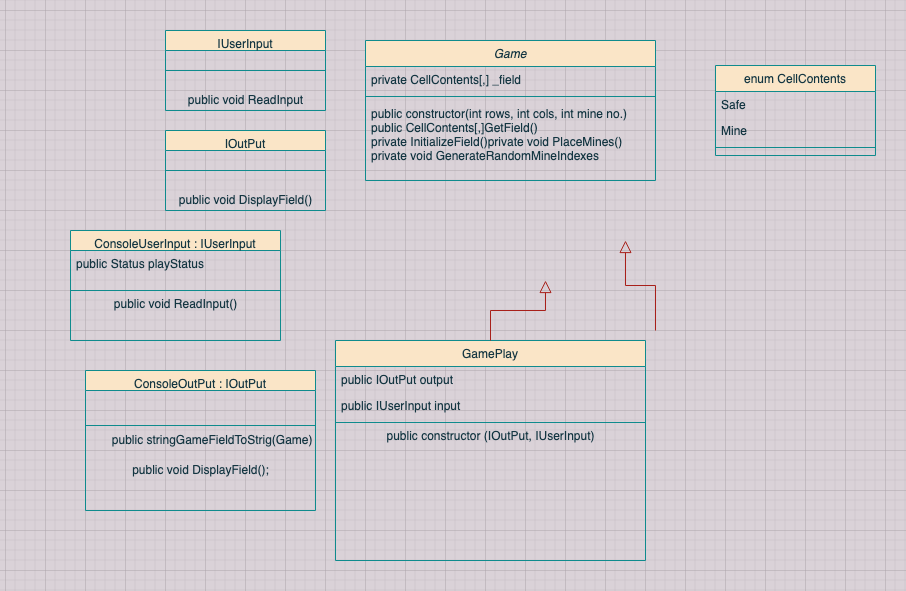
The draw.io diagram docs/ClassDiagram.png in GorginZ/MineSweeper, before a commit. Source tidied: cells renumbered, new cells last; positions are measured from the earlier drawing's top-left corner, leaving out a move shared by most shapes.
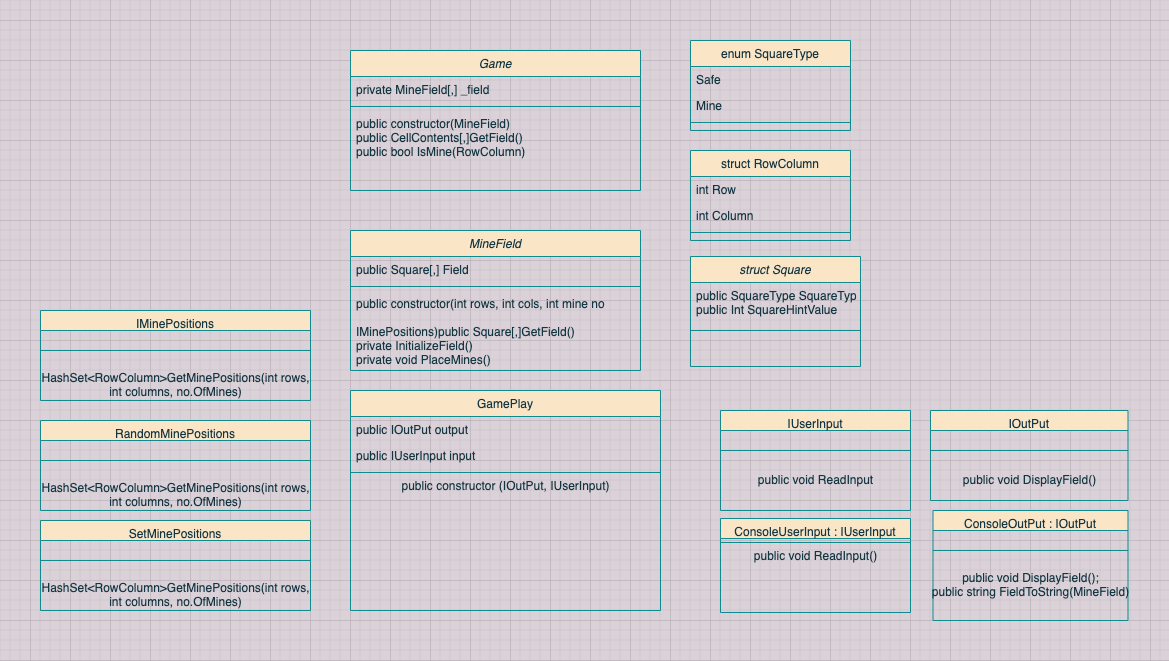
The same diagram one commit later.

Change to the diagram source:
```diff
@@ -2,97 +2,140 @@
   <root>
     <mxCell id="0" />
     <mxCell id="1" parent="0" />
-    <mxCell id="2" value="Game" style="swimlane;fontStyle=2;align=center;verticalAlign=top;horizontal=1;startSize=26;rounded=0;shadow=0;strokeWidth=1;fillColor=#FAE5C7;strokeColor=#0F8B8D;fontColor=#143642;" parent="1" vertex="1">
-      <mxGeometry x="335" y="10" width="290" height="140" as="geometry" />
+    <mxCell id="2" value="Game" style="swimlane;fontStyle=2;align=center;verticalAlign=top;horizontal=1;startSize=26;shadow=0;strokeWidth=1;strokeColor=#0F8B8D;fontColor=#143642;fillColor=#FAE5C7;" parent="1" vertex="1">
+      <mxGeometry x="375" y="10" width="290" height="140" as="geometry" />
     </mxCell>
-    <mxCell id="3" value="private CellContents[,] _field" style="text;align=left;verticalAlign=top;spacingLeft=4;spacingRight=4;overflow=hidden;fontColor=#143642;" parent="2" vertex="1">
+    <mxCell id="3" value="private MineField[,] _field" style="text;align=left;verticalAlign=top;spacingLeft=4;spacingRight=4;overflow=hidden;fontColor=#143642;" parent="2" vertex="1">
       <mxGeometry y="26" width="290" height="26" as="geometry" />
     </mxCell>
-    <mxCell id="4" style="line;html=1;strokeWidth=1;align=left;verticalAlign=middle;spacingTop=-1;spacingLeft=3;spacingRight=3;labelPosition=right;labelBackgroundColor=#DAD2D8;fillColor=#FAE5C7;strokeColor=#0F8B8D;fontColor=#143642;" parent="2" vertex="1">
+    <mxCell id="4" style="line;html=1;strokeWidth=1;align=left;verticalAlign=middle;spacingTop=-1;spacingLeft=3;spacingRight=3;labelPosition=right;fillColor=#FAE5C7;strokeColor=#0F8B8D;fontColor=#143642;labelBackgroundColor=#DAD2D8;" parent="2" vertex="1">
       <mxGeometry y="52" width="290" height="8" as="geometry" />
     </mxCell>
-    <mxCell id="5" value="public constructor(int rows, int cols, int mine no.)&#10;public CellContents[,]GetField()&#10;private InitializeField()private void PlaceMines()&#10;private void GenerateRandomMineIndexes&#10;" style="text;align=left;verticalAlign=top;spacingLeft=4;spacingRight=4;overflow=hidden;fontColor=#143642;" parent="2" vertex="1">
-      <mxGeometry y="60" width="290" height="80" as="geometry" />
+    <mxCell id="5" value="public constructor(MineField)&#10;public CellContents[,]GetField()&#10;public bool IsMine(RowColumn)&#10;" style="text;align=left;verticalAlign=top;spacingLeft=4;spacingRight=4;overflow=hidden;fontColor=#143642;" parent="2" vertex="1">
+      <mxGeometry y="60" width="290" height="50" as="geometry" />
     </mxCell>
-    <mxCell id="6" value="GamePlay" style="swimlane;fontStyle=0;align=center;verticalAlign=top;horizontal=1;startSize=26;rounded=0;shadow=0;strokeWidth=1;fillColor=#FAE5C7;strokeColor=#0F8B8D;fontColor=#143642;" parent="1" vertex="1">
-      <mxGeometry x="305" y="310" width="310" height="220" as="geometry" />
-    </mxCell>
-    <mxCell id="7" value="public IOutPut output" style="text;align=left;verticalAlign=top;spacingLeft=4;spacingRight=4;overflow=hidden;fontColor=#143642;" parent="6" vertex="1">
-      <mxGeometry y="26" width="310" height="26" as="geometry" />
-    </mxCell>
-    <mxCell id="8" value="public IUserInput input" style="text;align=left;verticalAlign=top;spacingLeft=4;spacingRight=4;overflow=hidden;rounded=0;shadow=0;html=0;fontColor=#143642;" parent="6" vertex="1">
-      <mxGeometry y="52" width="310" height="26" as="geometry" />
-    </mxCell>
-    <mxCell id="9" style="line;html=1;strokeWidth=1;align=left;verticalAlign=middle;spacingTop=-1;spacingLeft=3;spacingRight=3;labelPosition=right;labelBackgroundColor=#DAD2D8;fillColor=#FAE5C7;strokeColor=#0F8B8D;fontColor=#143642;" parent="6" vertex="1">
-      <mxGeometry y="78" width="310" height="8" as="geometry" />
-    </mxCell>
-    <mxCell id="10" value="public constructor (IOutPut, IUserInput)" style="text;html=1;align=center;verticalAlign=middle;fontColor=#143642;" parent="6" vertex="1">
-      <mxGeometry y="86" width="310" height="20" as="geometry" />
-    </mxCell>
-    <mxCell id="11" style="endArrow=block;endSize=10;endFill=0;shadow=0;strokeWidth=1;rounded=0;edgeStyle=elbowEdgeStyle;elbow=vertical;labelBackgroundColor=#DAD2D8;strokeColor=#A8201A;fontColor=#143642;" parent="1" edge="1" source="6">
-      <mxGeometry relative="1" as="geometry">
-        <mxPoint x="515" y="250" as="targetPoint" />
-      </mxGeometry>
-    </mxCell>
-    <mxCell id="12" style="endArrow=block;endSize=10;endFill=0;shadow=0;strokeWidth=1;rounded=0;edgeStyle=elbowEdgeStyle;elbow=vertical;labelBackgroundColor=#DAD2D8;strokeColor=#A8201A;fontColor=#143642;" parent="1" edge="1">
-      <mxGeometry relative="1" as="geometry">
-        <mxPoint x="625" y="300" as="sourcePoint" />
-        <mxPoint x="595" y="210" as="targetPoint" />
-      </mxGeometry>
-    </mxCell>
-    <mxCell id="13" value="enum CellContents" style="swimlane;fontStyle=0;align=center;verticalAlign=top;horizontal=1;startSize=26;rounded=0;shadow=0;strokeWidth=1;fillColor=#FAE5C7;strokeColor=#0F8B8D;fontColor=#143642;" parent="1" vertex="1">
-      <mxGeometry x="685" y="35" width="160" height="90" as="geometry" />
+    <mxCell id="13" value="enum SquareType" style="swimlane;fontStyle=0;align=center;verticalAlign=top;horizontal=1;startSize=26;shadow=0;strokeWidth=1;strokeColor=#0F8B8D;fontColor=#143642;fillColor=#FAE5C7;" parent="1" vertex="1">
+      <mxGeometry x="715" width="160" height="90" as="geometry" />
     </mxCell>
     <mxCell id="14" value="Safe" style="text;align=left;verticalAlign=top;spacingLeft=4;spacingRight=4;overflow=hidden;fontColor=#143642;" parent="13" vertex="1">
       <mxGeometry y="26" width="160" height="26" as="geometry" />
     </mxCell>
-    <mxCell id="15" value="Mine" style="text;align=left;verticalAlign=top;spacingLeft=4;spacingRight=4;overflow=hidden;rounded=0;shadow=0;html=0;fontColor=#143642;" parent="13" vertex="1">
+    <mxCell id="15" value="Mine" style="text;align=left;verticalAlign=top;spacingLeft=4;spacingRight=4;overflow=hidden;shadow=0;html=0;fontColor=#143642;" parent="13" vertex="1">
       <mxGeometry y="52" width="160" height="26" as="geometry" />
     </mxCell>
-    <mxCell id="16" style="line;html=1;strokeWidth=1;align=left;verticalAlign=middle;spacingTop=-1;spacingLeft=3;spacingRight=3;labelPosition=right;labelBackgroundColor=#DAD2D8;fillColor=#FAE5C7;strokeColor=#0F8B8D;fontColor=#143642;" parent="13" vertex="1">
+    <mxCell id="16" style="line;html=1;strokeWidth=1;align=left;verticalAlign=middle;spacingTop=-1;spacingLeft=3;spacingRight=3;labelPosition=right;fillColor=#FAE5C7;strokeColor=#0F8B8D;fontColor=#143642;labelBackgroundColor=#DAD2D8;" parent="13" vertex="1">
       <mxGeometry y="78" width="160" height="8" as="geometry" />
     </mxCell>
-    <mxCell id="17" value="IOutPut" style="swimlane;fontStyle=0;align=center;verticalAlign=top;horizontal=1;startSize=20;rounded=0;shadow=0;strokeWidth=1;fillColor=#FAE5C7;strokeColor=#0F8B8D;fontColor=#143642;" parent="1" vertex="1">
-      <mxGeometry x="135" y="100" width="160" height="80" as="geometry" />
+    <mxCell id="17" value="IOutPut" style="swimlane;fontStyle=0;align=center;verticalAlign=top;horizontal=1;startSize=20;shadow=0;strokeWidth=1;strokeColor=#0F8B8D;fontColor=#143642;fillColor=#FAE5C7;" parent="1" vertex="1">
+      <mxGeometry x="955" y="370" width="197.5" height="90" as="geometry" />
     </mxCell>
-    <mxCell id="18" style="line;html=1;strokeWidth=1;align=left;verticalAlign=middle;spacingTop=-1;spacingLeft=3;spacingRight=3;labelPosition=right;labelBackgroundColor=#DAD2D8;fillColor=#FAE5C7;strokeColor=#0F8B8D;fontColor=#143642;" parent="17" vertex="1">
-      <mxGeometry y="20" width="160" height="40" as="geometry" />
+    <mxCell id="18" style="line;html=1;strokeWidth=1;align=left;verticalAlign=middle;spacingTop=-1;spacingLeft=3;spacingRight=3;labelPosition=right;fillColor=#FAE5C7;strokeColor=#0F8B8D;fontColor=#143642;labelBackgroundColor=#DAD2D8;" parent="17" vertex="1">
+      <mxGeometry y="20" width="197.5" height="40" as="geometry" />
     </mxCell>
     <mxCell id="19" value="public void DisplayField()" style="text;html=1;align=center;verticalAlign=middle;fontColor=#143642;" parent="17" vertex="1">
-      <mxGeometry y="60" width="160" height="20" as="geometry" />
+      <mxGeometry y="60" width="197.5" height="20" as="geometry" />
     </mxCell>
-    <mxCell id="20" value="IUserInput" style="swimlane;fontStyle=0;align=center;verticalAlign=top;horizontal=1;startSize=20;rounded=0;shadow=0;strokeWidth=1;fillColor=#FAE5C7;strokeColor=#0F8B8D;fontColor=#143642;" parent="1" vertex="1">
-      <mxGeometry x="135" width="160" height="80" as="geometry" />
+    <mxCell id="20" value="IUserInput" style="swimlane;fontStyle=0;align=center;verticalAlign=top;horizontal=1;startSize=20;shadow=0;strokeWidth=1;strokeColor=#0F8B8D;fontColor=#143642;fillColor=#FAE5C7;" parent="1" vertex="1">
+      <mxGeometry x="745" y="370" width="190" height="100" as="geometry" />
     </mxCell>
-    <mxCell id="21" style="line;html=1;strokeWidth=1;align=left;verticalAlign=middle;spacingTop=-1;spacingLeft=3;spacingRight=3;labelPosition=right;labelBackgroundColor=#DAD2D8;fillColor=#FAE5C7;strokeColor=#0F8B8D;fontColor=#143642;" parent="20" vertex="1">
-      <mxGeometry y="20" width="160" height="40" as="geometry" />
+    <mxCell id="21" style="line;html=1;strokeWidth=1;align=left;verticalAlign=middle;spacingTop=-1;spacingLeft=3;spacingRight=3;labelPosition=right;fillColor=#FAE5C7;strokeColor=#0F8B8D;fontColor=#143642;labelBackgroundColor=#DAD2D8;" parent="20" vertex="1">
+      <mxGeometry y="20" width="190" height="40" as="geometry" />
     </mxCell>
     <mxCell id="22" value="public void ReadInput" style="text;html=1;align=center;verticalAlign=middle;fontColor=#143642;" parent="20" vertex="1">
-      <mxGeometry y="60" width="160" height="20" as="geometry" />
+      <mxGeometry y="60" width="190" height="20" as="geometry" />
     </mxCell>
-    <mxCell id="23" value="ConsoleUserInput : IUserInput" style="swimlane;fontStyle=0;align=center;verticalAlign=top;horizontal=1;startSize=20;rounded=0;shadow=0;strokeWidth=1;fillColor=#FAE5C7;strokeColor=#0F8B8D;fontColor=#143642;" parent="1" vertex="1">
-      <mxGeometry x="40" y="200" width="210" height="110" as="geometry" />
+    <mxCell id="23" value="ConsoleUserInput : IUserInput" style="swimlane;fontStyle=0;align=center;verticalAlign=top;horizontal=1;startSize=20;shadow=0;strokeWidth=1;strokeColor=#0F8B8D;fontColor=#143642;fillColor=#FAE5C7;" parent="1" vertex="1">
+      <mxGeometry x="745" y="478" width="190" height="94" as="geometry" />
     </mxCell>
-    <mxCell id="24" value="public Status playStatus" style="text;align=left;verticalAlign=top;spacingLeft=4;spacingRight=4;overflow=hidden;fontColor=#143642;" parent="23" vertex="1">
-      <mxGeometry y="20" width="210" height="36" as="geometry" />
-    </mxCell>
-    <mxCell id="25" style="line;html=1;strokeWidth=1;align=left;verticalAlign=middle;spacingTop=-1;spacingLeft=3;spacingRight=3;labelPosition=right;labelBackgroundColor=#DAD2D8;fillColor=#FAE5C7;strokeColor=#0F8B8D;fontColor=#143642;" parent="23" vertex="1">
-      <mxGeometry y="56" width="210" height="8" as="geometry" />
+    <mxCell id="25" style="line;html=1;strokeWidth=1;align=left;verticalAlign=middle;spacingTop=-1;spacingLeft=3;spacingRight=3;labelPosition=right;fillColor=#FAE5C7;strokeColor=#0F8B8D;fontColor=#143642;labelBackgroundColor=#DAD2D8;" parent="23" vertex="1">
+      <mxGeometry y="20" width="190" height="8" as="geometry" />
     </mxCell>
     <mxCell id="26" value="public void ReadInput()" style="text;html=1;align=center;verticalAlign=middle;fontColor=#143642;" parent="23" vertex="1">
-      <mxGeometry y="64" width="210" height="20" as="geometry" />
+      <mxGeometry y="28" width="190" height="20" as="geometry" />
     </mxCell>
-    <mxCell id="27" value="ConsoleOutPut : IOutPut" style="swimlane;fontStyle=0;align=center;verticalAlign=top;horizontal=1;startSize=20;rounded=0;shadow=0;strokeWidth=1;fillColor=#FAE5C7;strokeColor=#0F8B8D;fontColor=#143642;" parent="1" vertex="1">
-      <mxGeometry x="55" y="340" width="230" height="140" as="geometry" />
+    <mxCell id="27" value="ConsoleOutPut : IOutPut" style="swimlane;fontStyle=0;align=center;verticalAlign=top;horizontal=1;startSize=20;shadow=0;strokeWidth=1;strokeColor=#0F8B8D;fontColor=#143642;fillColor=#FAE5C7;" parent="1" vertex="1">
+      <mxGeometry x="957.5" y="470" width="195" height="110" as="geometry" />
     </mxCell>
-    <mxCell id="28" style="line;html=1;strokeWidth=1;align=left;verticalAlign=middle;spacingTop=-1;spacingLeft=3;spacingRight=3;labelPosition=right;labelBackgroundColor=#DAD2D8;fillColor=#FAE5C7;strokeColor=#0F8B8D;fontColor=#143642;" parent="27" vertex="1">
-      <mxGeometry y="20" width="230" height="70" as="geometry" />
+    <mxCell id="28" style="line;html=1;strokeWidth=1;align=left;verticalAlign=middle;spacingTop=-1;spacingLeft=3;spacingRight=3;labelPosition=right;fillColor=#FAE5C7;strokeColor=#0F8B8D;fontColor=#143642;labelBackgroundColor=#DAD2D8;" parent="27" vertex="1">
+      <mxGeometry y="20" width="195" height="40" as="geometry" />
     </mxCell>
-    <mxCell id="29" value="public void DisplayField();" style="text;html=1;align=center;verticalAlign=middle;fontColor=#143642;" parent="27" vertex="1">
-      <mxGeometry y="90" width="230" height="20" as="geometry" />
+    <mxCell id="29" value="&lt;div&gt;public void DisplayField();&lt;/div&gt;&lt;div&gt;public string FieldToString(MineField)&lt;br&gt;&lt;/div&gt;" style="text;html=1;align=center;verticalAlign=middle;fontColor=#143642;" parent="27" vertex="1">
+      <mxGeometry y="60" width="195" height="30" as="geometry" />
     </mxCell>
-    <mxCell id="30" value="&amp;nbsp;&amp;nbsp;&amp;nbsp;&amp;nbsp;&amp;nbsp;&amp;nbsp;&amp;nbsp;&amp;nbsp;&amp;nbsp;&amp;nbsp;&amp;nbsp;&amp;nbsp;&amp;nbsp;&amp;nbsp;&amp;nbsp;&amp;nbsp;&amp;nbsp;&amp;nbsp;&amp;nbsp;&amp;nbsp;&amp;nbsp; public stringGameFieldToStrig(Game)" style="text;html=1;align=center;verticalAlign=middle;fontColor=#143642;" parent="1" vertex="1">
-      <mxGeometry y="400" width="290" height="20" as="geometry" />
-    </mxCell>
+    <mxCell id="31" value="MineField" style="swimlane;fontStyle=2;align=center;verticalAlign=top;horizontal=1;startSize=26;shadow=0;strokeWidth=1;strokeColor=#0F8B8D;fontColor=#143642;fillColor=#FAE5C7;" parent="1" vertex="1">
+      <mxGeometry x="375" y="190" width="290" height="140" as="geometry" />
+    </mxCell>
+    <mxCell id="32" value="public Square[,] Field" style="text;align=left;verticalAlign=top;spacingLeft=4;spacingRight=4;overflow=hidden;fontColor=#143642;" parent="31" vertex="1">
+      <mxGeometry y="26" width="290" height="26" as="geometry" />
+    </mxCell>
+    <mxCell id="33" style="line;html=1;strokeWidth=1;align=left;verticalAlign=middle;spacingTop=-1;spacingLeft=3;spacingRight=3;labelPosition=right;fillColor=#FAE5C7;strokeColor=#0F8B8D;fontColor=#143642;labelBackgroundColor=#DAD2D8;" parent="31" vertex="1">
+      <mxGeometry y="52" width="290" height="8" as="geometry" />
+    </mxCell>
+    <mxCell id="34" value="public constructor(int rows, int cols, int mine no &#10;&#10;IMinePositions)public Square[,]GetField()&#10;private InitializeField()&#10;private void PlaceMines()&#10;" style="text;align=left;verticalAlign=top;spacingLeft=4;spacingRight=4;overflow=hidden;fontColor=#143642;" parent="31" vertex="1">
+      <mxGeometry y="60" width="290" height="80" as="geometry" />
+    </mxCell>
+    <mxCell id="35" value="struct Square" style="swimlane;fontStyle=2;align=center;verticalAlign=top;horizontal=1;startSize=26;shadow=0;strokeWidth=1;strokeColor=#0F8B8D;fontColor=#143642;fillColor=#FAE5C7;" parent="1" vertex="1">
+      <mxGeometry x="715" y="216" width="170" height="110" as="geometry" />
+    </mxCell>
+    <mxCell id="36" value="public SquareType SquareType&#10;public Int SquareHintValue&#10;" style="text;align=left;verticalAlign=top;spacingLeft=4;spacingRight=4;overflow=hidden;fontColor=#143642;" parent="35" vertex="1">
+      <mxGeometry y="26" width="170" height="44" as="geometry" />
+    </mxCell>
+    <mxCell id="37" style="line;html=1;strokeWidth=1;align=left;verticalAlign=middle;spacingTop=-1;spacingLeft=3;spacingRight=3;labelPosition=right;fillColor=#FAE5C7;strokeColor=#0F8B8D;fontColor=#143642;labelBackgroundColor=#DAD2D8;" parent="35" vertex="1">
+      <mxGeometry y="70" width="170" height="8" as="geometry" />
+    </mxCell>
+    <mxCell id="38" value="IMinePositions" style="swimlane;fontStyle=0;align=center;verticalAlign=top;horizontal=1;startSize=20;shadow=0;strokeWidth=1;strokeColor=#0F8B8D;fontColor=#143642;fillColor=#FAE5C7;" parent="1" vertex="1">
+      <mxGeometry x="65" y="270" width="270" height="90" as="geometry" />
+    </mxCell>
+    <mxCell id="39" style="line;html=1;strokeWidth=1;align=left;verticalAlign=middle;spacingTop=-1;spacingLeft=3;spacingRight=3;labelPosition=right;fillColor=#FAE5C7;strokeColor=#0F8B8D;fontColor=#143642;labelBackgroundColor=#DAD2D8;" parent="38" vertex="1">
+      <mxGeometry y="20" width="270" height="40" as="geometry" />
+    </mxCell>
+    <mxCell id="40" value="HashSet&amp;lt;RowColumn&amp;gt;GetMinePositions(int rows, &lt;br&gt;int columns, no.OfMines)" style="text;html=1;align=center;verticalAlign=middle;fontColor=#143642;" parent="38" vertex="1">
+      <mxGeometry y="60" width="270" height="30" as="geometry" />
+    </mxCell>
+    <mxCell id="41" value="RandomMinePositions" style="swimlane;fontStyle=0;align=center;verticalAlign=top;horizontal=1;startSize=20;shadow=0;strokeWidth=1;strokeColor=#0F8B8D;fontColor=#143642;fillColor=#FAE5C7;" parent="1" vertex="1">
+      <mxGeometry x="65" y="380" width="270" height="90" as="geometry" />
+    </mxCell>
+    <mxCell id="42" style="line;html=1;strokeWidth=1;align=left;verticalAlign=middle;spacingTop=-1;spacingLeft=3;spacingRight=3;labelPosition=right;fillColor=#FAE5C7;strokeColor=#0F8B8D;fontColor=#143642;labelBackgroundColor=#DAD2D8;" parent="41" vertex="1">
+      <mxGeometry y="20" width="270" height="40" as="geometry" />
+    </mxCell>
+    <mxCell id="43" value="HashSet&amp;lt;RowColumn&amp;gt;GetMinePositions(int rows, &lt;br&gt;int columns, no.OfMines)" style="text;html=1;align=center;verticalAlign=middle;fontColor=#143642;" parent="41" vertex="1">
+      <mxGeometry y="60" width="270" height="30" as="geometry" />
+    </mxCell>
+    <mxCell id="44" value="SetMinePositions" style="swimlane;fontStyle=0;align=center;verticalAlign=top;horizontal=1;startSize=20;shadow=0;strokeWidth=1;strokeColor=#0F8B8D;fontColor=#143642;fillColor=#FAE5C7;" parent="1" vertex="1">
+      <mxGeometry x="65" y="480" width="270" height="90" as="geometry" />
+    </mxCell>
+    <mxCell id="45" style="line;html=1;strokeWidth=1;align=left;verticalAlign=middle;spacingTop=-1;spacingLeft=3;spacingRight=3;labelPosition=right;fillColor=#FAE5C7;strokeColor=#0F8B8D;fontColor=#143642;labelBackgroundColor=#DAD2D8;" parent="44" vertex="1">
+      <mxGeometry y="20" width="270" height="40" as="geometry" />
+    </mxCell>
+    <mxCell id="46" value="HashSet&amp;lt;RowColumn&amp;gt;GetMinePositions(int rows, &lt;br&gt;int columns, no.OfMines)" style="text;html=1;align=center;verticalAlign=middle;fontColor=#143642;" parent="44" vertex="1">
+      <mxGeometry y="60" width="270" height="30" as="geometry" />
+    </mxCell>
+    <mxCell id="47" value="struct RowColumn" style="swimlane;fontStyle=0;align=center;verticalAlign=top;horizontal=1;startSize=26;shadow=0;strokeWidth=1;strokeColor=#0F8B8D;fontColor=#143642;fillColor=#FAE5C7;" parent="1" vertex="1">
+      <mxGeometry x="715" y="110" width="160" height="90" as="geometry" />
+    </mxCell>
+    <mxCell id="48" value="int Row" style="text;align=left;verticalAlign=top;spacingLeft=4;spacingRight=4;overflow=hidden;fontColor=#143642;" parent="47" vertex="1">
+      <mxGeometry y="26" width="160" height="26" as="geometry" />
+    </mxCell>
+    <mxCell id="49" value="int Column" style="text;align=left;verticalAlign=top;spacingLeft=4;spacingRight=4;overflow=hidden;shadow=0;html=0;fontColor=#143642;" parent="47" vertex="1">
+      <mxGeometry y="52" width="160" height="26" as="geometry" />
+    </mxCell>
+    <mxCell id="50" style="line;html=1;strokeWidth=1;align=left;verticalAlign=middle;spacingTop=-1;spacingLeft=3;spacingRight=3;labelPosition=right;fillColor=#FAE5C7;strokeColor=#0F8B8D;fontColor=#143642;labelBackgroundColor=#DAD2D8;" parent="47" vertex="1">
+      <mxGeometry y="78" width="160" height="8" as="geometry" />
+    </mxCell>
+    <mxCell id="6" value="GamePlay" style="swimlane;fontStyle=0;align=center;verticalAlign=top;horizontal=1;startSize=26;shadow=0;strokeWidth=1;strokeColor=#0F8B8D;fontColor=#143642;fillColor=#FAE5C7;" parent="1" vertex="1">
+      <mxGeometry x="375" y="350" width="310" height="220" as="geometry" />
+    </mxCell>
+    <mxCell id="7" value="public IOutPut output" style="text;align=left;verticalAlign=top;spacingLeft=4;spacingRight=4;overflow=hidden;fontColor=#143642;" parent="6" vertex="1">
+      <mxGeometry y="26" width="310" height="26" as="geometry" />
+    </mxCell>
+    <mxCell id="8" value="public IUserInput input" style="text;align=left;verticalAlign=top;spacingLeft=4;spacingRight=4;overflow=hidden;shadow=0;html=0;fontColor=#143642;" parent="6" vertex="1">
+      <mxGeometry y="52" width="310" height="26" as="geometry" />
+    </mxCell>
+    <mxCell id="9" style="line;html=1;strokeWidth=1;align=left;verticalAlign=middle;spacingTop=-1;spacingLeft=3;spacingRight=3;labelPosition=right;fillColor=#FAE5C7;strokeColor=#0F8B8D;fontColor=#143642;labelBackgroundColor=#DAD2D8;" parent="6" vertex="1">
+      <mxGeometry y="78" width="310" height="8" as="geometry" />
+    </mxCell>
+    <mxCell id="10" value="public constructor (IOutPut, IUserInput)" style="text;html=1;align=center;verticalAlign=middle;fontColor=#143642;" parent="6" vertex="1">
+      <mxGeometry y="86" width="310" height="20" as="geometry" />
+    </mxCell>
   </root>
 </mxGraphModel>
```
